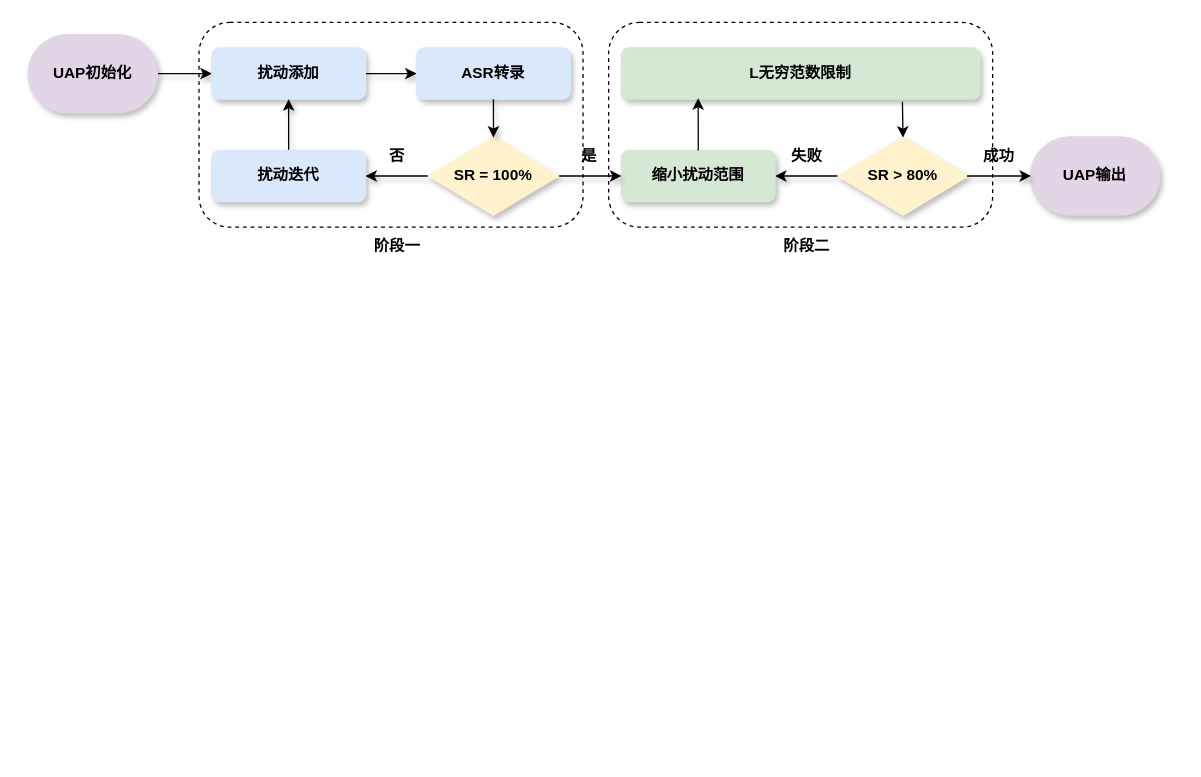
Above: 信安作品赛-双阶段动态生成流程.drawio in Momoyeyu/Draw.io-Repo (draw.io), before the change. Source tidied: cells renumbered, new cells numbered last; positions are measured from the earlier drawing's top-left corner, leaving out a move shared by most shapes. Both pictures are drawn from the tidied source at 128%, with x=0, y=0 at pixel (28, 22).
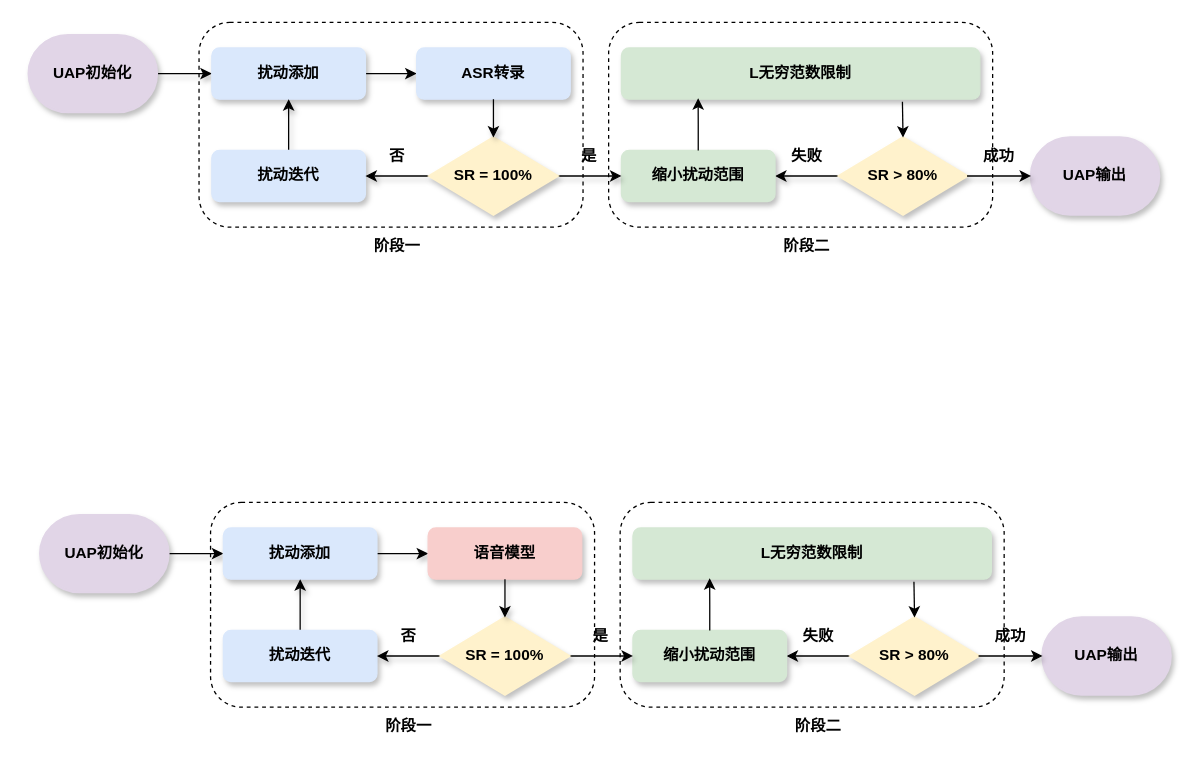
The same page after the edit.

Commit message:
更新信安作品赛-双阶段动态生成流程.drawio

What changed in the source:
```diff
@@
+    <mxCell id="29" style="rounded=1;whiteSpace=wrap;html=1;fillColor=none;dashed=1;" parent="1" vertex="1">
+      <mxGeometry x="462" y="375" width="300" height="160" as="geometry" />
+    </mxCell>
+    <mxCell id="30" value="L无穷范数限制" style="rounded=1;whiteSpace=wrap;html=1;fontStyle=1;fillColor=#D5E8D4;strokeColor=#D5E8D4;shadow=1;" parent="1" vertex="1">
+      <mxGeometry x="472" y="395" width="280" height="40" as="geometry" />
+    </mxCell>
+    <mxCell id="31" style="rounded=1;whiteSpace=wrap;html=1;fillColor=none;dashed=1;" parent="1" vertex="1">
+      <mxGeometry x="142" y="375" width="300" height="160" as="geometry" />
+    </mxCell>
+    <mxCell id="32" style="edgeStyle=orthogonalEdgeStyle;rounded=0;jettySize=auto;html=1;exitX=0;exitY=0.5;exitDx=0;exitDy=0;exitPerimeter=0;entryX=1;entryY=0.5;entryDx=0;entryDy=0;fontStyle=1;shadow=1;" parent="1" edge="1" source="33" target="34">
+      <mxGeometry relative="1" as="geometry" />
+    </mxCell>
+    <mxCell id="33" value="SR &amp;gt; 80%" style="strokeWidth=2;html=1;shape=mxgraph.flowchart.decision;whiteSpace=wrap;fontStyle=1;fillColor=#FFF2CC;strokeColor=#FFF2CC;shadow=1;" parent="1" vertex="1">
+      <mxGeometry x="642" y="465" width="100" height="60" as="geometry" />
+    </mxCell>
+    <mxCell id="34" value="缩小扰动范围" style="rounded=1;whiteSpace=wrap;html=1;fontStyle=1;fillColor=#D5E8D4;strokeColor=#D5E8D4;shadow=1;" parent="1" vertex="1">
+      <mxGeometry x="472" y="475" width="120" height="40" as="geometry" />
+    </mxCell>
+    <mxCell id="35" value="UAP输出" style="strokeWidth=2;html=1;shape=mxgraph.flowchart.terminator;whiteSpace=wrap;fontStyle=1;fillColor=#E1D5E7;strokeColor=#E1D5E7;shadow=1;" parent="1" vertex="1">
+      <mxGeometry x="792" y="465" width="100" height="60" as="geometry" />
+    </mxCell>
+    <mxCell id="36" value="阶段二" style="text;html=1;align=center;verticalAlign=middle;whiteSpace=wrap;rounded=0;fontStyle=1;shadow=1;" parent="1" vertex="1">
+      <mxGeometry x="592" y="535" width="50" height="30" as="geometry" />
+    </mxCell>
+    <mxCell id="37" style="edgeStyle=orthogonalEdgeStyle;rounded=0;jettySize=auto;html=1;exitX=1;exitY=0.5;exitDx=0;exitDy=0;exitPerimeter=0;entryX=0;entryY=0.5;entryDx=0;entryDy=0;fontStyle=1;shadow=1;" parent="1" edge="1" source="38" target="40">
+      <mxGeometry relative="1" as="geometry" />
+    </mxCell>
+    <mxCell id="38" value="UAP初始化" style="strokeWidth=2;html=1;shape=mxgraph.flowchart.terminator;whiteSpace=wrap;fontStyle=1;fillColor=#E1D5E7;strokeColor=#E1D5E7;shadow=1;" parent="1" vertex="1">
+      <mxGeometry x="9" y="385" width="100" height="60" as="geometry" />
+    </mxCell>
+    <mxCell id="39" style="edgeStyle=orthogonalEdgeStyle;rounded=0;jettySize=auto;html=1;exitX=1;exitY=0.5;exitDx=0;exitDy=0;entryX=0;entryY=0.5;entryDx=0;entryDy=0;fontStyle=1;shadow=1;" parent="1" edge="1" source="40" target="43">
+      <mxGeometry relative="1" as="geometry" />
+    </mxCell>
+    <mxCell id="40" value="扰动添加" style="rounded=1;whiteSpace=wrap;html=1;fontStyle=1;fillColor=#DAE8FC;strokeColor=#DAE8FC;shadow=1;" parent="1" vertex="1">
+      <mxGeometry x="152" y="395" width="120" height="40" as="geometry" />
+    </mxCell>
+    <mxCell id="41" style="edgeStyle=orthogonalEdgeStyle;rounded=0;jettySize=auto;html=1;exitX=0.5;exitY=0;exitDx=0;exitDy=0;entryX=0.5;entryY=1;entryDx=0;entryDy=0;fontStyle=1;shadow=1;" parent="1" edge="1" source="42" target="40">
+      <mxGeometry relative="1" as="geometry" />
+    </mxCell>
+    <mxCell id="42" value="扰动迭代" style="rounded=1;whiteSpace=wrap;html=1;fontStyle=1;fillColor=#DAE8FC;strokeColor=#DAE8FC;shadow=1;" parent="1" vertex="1">
+      <mxGeometry x="152" y="475" width="120" height="40" as="geometry" />
+    </mxCell>
+    <mxCell id="43" value="语音模型" style="rounded=1;whiteSpace=wrap;html=1;fontStyle=1;fillColor=#F8CECC;strokeColor=#F8CECC;shadow=1;" parent="1" vertex="1">
+      <mxGeometry x="312" y="395" width="120" height="40" as="geometry" />
+    </mxCell>
+    <mxCell id="44" style="edgeStyle=orthogonalEdgeStyle;rounded=0;jettySize=auto;html=1;exitX=1;exitY=0.5;exitDx=0;exitDy=0;exitPerimeter=0;entryX=0;entryY=0.5;entryDx=0;entryDy=0;fontStyle=1;shadow=1;" parent="1" edge="1" source="46" target="34">
+      <mxGeometry relative="1" as="geometry" />
+    </mxCell>
+    <mxCell id="45" style="edgeStyle=orthogonalEdgeStyle;rounded=0;jettySize=auto;html=1;exitX=0;exitY=0.5;exitDx=0;exitDy=0;exitPerimeter=0;entryX=1;entryY=0.5;entryDx=0;entryDy=0;fontStyle=1;shadow=1;" parent="1" edge="1" source="46" target="42">
+      <mxGeometry relative="1" as="geometry" />
+    </mxCell>
+    <mxCell id="46" value="SR = 100%" style="strokeWidth=2;html=1;shape=mxgraph.flowchart.decision;whiteSpace=wrap;fontStyle=1;fillColor=#FFF2CC;strokeColor=#FFF2CC;shadow=1;" parent="1" vertex="1">
+      <mxGeometry x="322" y="465" width="100" height="60" as="geometry" />
+    </mxCell>
+    <mxCell id="47" style="edgeStyle=orthogonalEdgeStyle;rounded=0;jettySize=auto;html=1;exitX=0.5;exitY=1;exitDx=0;exitDy=0;entryX=0.5;entryY=0;entryDx=0;entryDy=0;entryPerimeter=0;fontStyle=1;shadow=1;" parent="1" edge="1" source="43" target="46">
+      <mxGeometry relative="1" as="geometry" />
+    </mxCell>
+    <mxCell id="48" style="edgeStyle=orthogonalEdgeStyle;rounded=0;jettySize=auto;html=1;exitX=1;exitY=0.5;exitDx=0;exitDy=0;exitPerimeter=0;entryX=0;entryY=0.5;entryDx=0;entryDy=0;entryPerimeter=0;fontStyle=1;shadow=1;" parent="1" edge="1" source="33" target="35">
+      <mxGeometry relative="1" as="geometry" />
+    </mxCell>
+    <mxCell id="49" value="是" style="text;html=1;align=center;verticalAlign=middle;whiteSpace=wrap;rounded=0;fontStyle=1;shadow=1;" parent="1" vertex="1">
+      <mxGeometry x="422" y="465" width="50" height="30" as="geometry" />
+    </mxCell>
+    <mxCell id="50" value="成功" style="text;html=1;align=center;verticalAlign=middle;whiteSpace=wrap;rounded=0;fontStyle=1;shadow=1;" parent="1" vertex="1">
+      <mxGeometry x="742" y="465" width="50" height="30" as="geometry" />
+    </mxCell>
+    <mxCell id="51" value="阶段一" style="text;html=1;align=center;verticalAlign=middle;whiteSpace=wrap;rounded=0;fontStyle=1;shadow=1;" parent="1" vertex="1">
+      <mxGeometry x="272" y="535" width="50" height="30" as="geometry" />
+    </mxCell>
+    <mxCell id="52" value="失败" style="text;html=1;align=center;verticalAlign=middle;whiteSpace=wrap;rounded=0;fontStyle=1;shadow=1;" parent="1" vertex="1">
+      <mxGeometry x="592" y="465" width="50" height="30" as="geometry" />
+    </mxCell>
+    <mxCell id="53" value="否" style="text;html=1;align=center;verticalAlign=middle;whiteSpace=wrap;rounded=0;fontStyle=1;shadow=1;" parent="1" vertex="1">
+      <mxGeometry x="272" y="465" width="50" height="30" as="geometry" />
+    </mxCell>
+    <mxCell id="54" style="edgeStyle=orthogonalEdgeStyle;rounded=0;jettySize=auto;html=1;exitX=0.5;exitY=0;exitDx=0;exitDy=0;exitPerimeter=0;entryX=0.784;entryY=1.05;entryDx=0;entryDy=0;entryPerimeter=0;endArrow=none;endFill=0;startArrow=classic;startFill=1;" parent="1" edge="1" source="33" target="30">
+      <mxGeometry relative="1" as="geometry" />
+    </mxCell>
+    <mxCell id="55" style="edgeStyle=orthogonalEdgeStyle;rounded=0;jettySize=auto;html=1;exitX=0.5;exitY=0;exitDx=0;exitDy=0;entryX=0.214;entryY=0.981;entryDx=0;entryDy=0;entryPerimeter=0;" parent="1" edge="1" source="34" target="30">
+      <mxGeometry relative="1" as="geometry" />
+    </mxCell>
```
